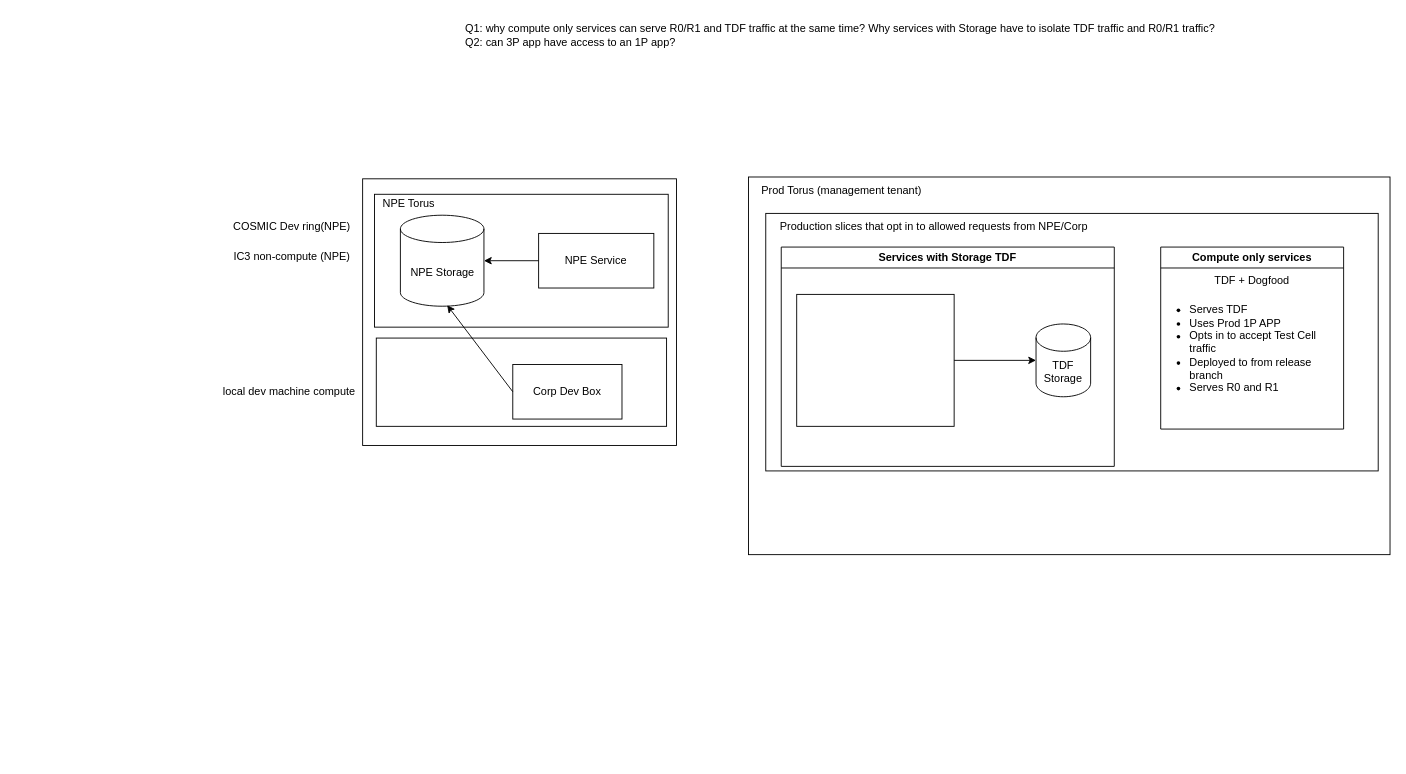
nonly/timewheel keeps this draw.io diagram as page "NPE-TDF concept" (3 of 4) of 未命名绘图.drawio. Above is the earlier version. Source tidied: cells renumbered, new cells numbered last; positions are measured from the earlier drawing's top-left corner, leaving out a move shared by most shapes. Both pictures are drawn from the tidied source at 91%, with x=0, y=0 at pixel (216, 21).
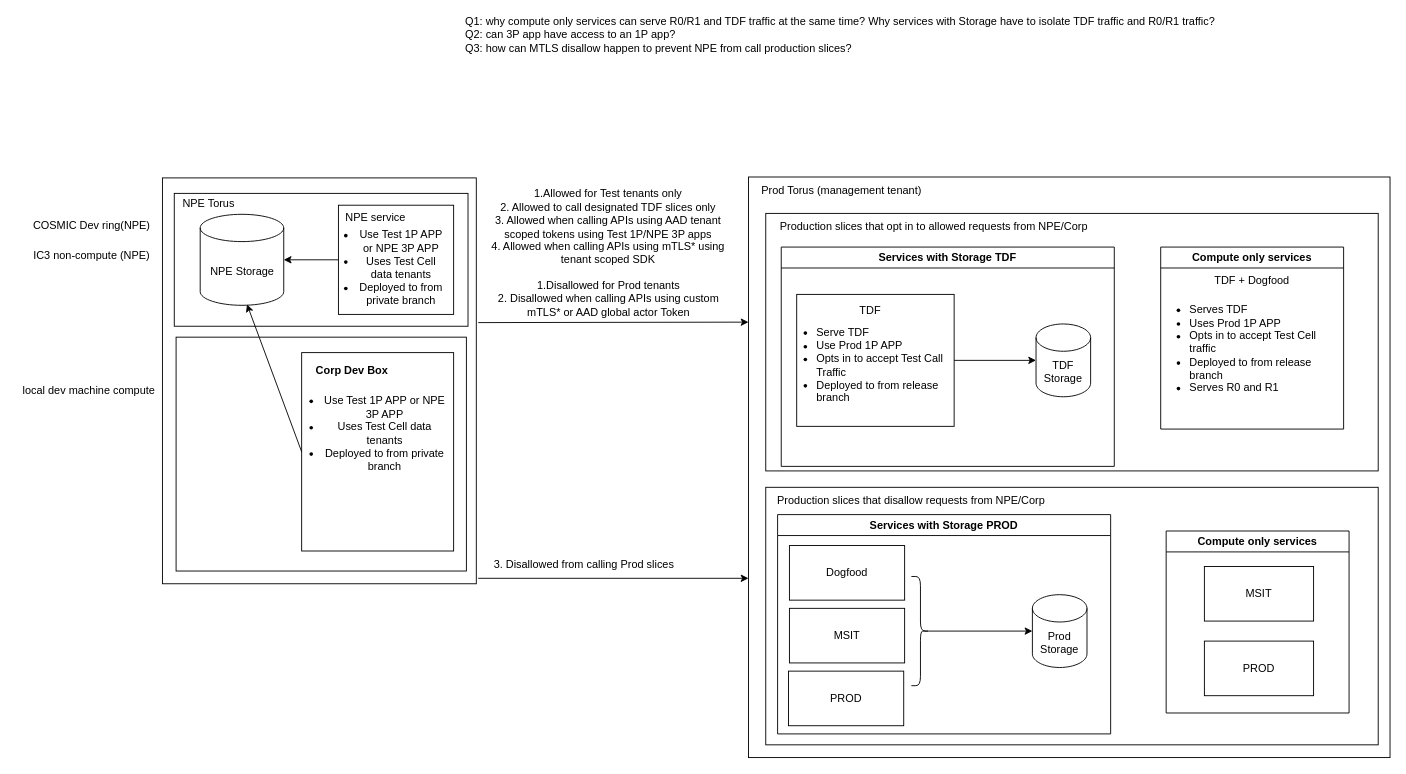
Above is the later version.

Commit message:
Update 未命名绘图.drawio

The change refers to these unchanged cells:
```xml
<mxCell id="19" value="Services with Storage TDF" style="swimlane;whiteSpace=wrap;html=1;" parent="1" vertex="1">
  <mxGeometry x="621" y="248" width="366" height="241" as="geometry" />
</mxCell>
```

What changed in the source:
```diff
@@
     <mxCell id="2" style="rounded=0;whiteSpace=wrap;html=1;" parent="1" vertex="1">
-      <mxGeometry x="585" y="171" width="705" height="415" as="geometry" />
+      <mxGeometry x="585" y="171" width="705" height="638" as="geometry" />
     </mxCell>
     <mxCell id="3" style="rounded=0;whiteSpace=wrap;html=1;" parent="1" vertex="1">
-      <mxGeometry x="161" y="173" width="344.9" height="293" as="geometry" />
+      <mxGeometry x="-59" y="172" width="344.9" height="446" as="geometry" />
     </mxCell>
     <mxCell id="4" value="COSMIC Dev ring(NPE)" style="text;html=1;align=center;verticalAlign=middle;whiteSpace=wrap;rounded=0;" parent="1" vertex="1">
-      <mxGeometry x="15" y="211" width="137" height="30" as="geometry" />
+      <mxGeometry x="-205" y="210" width="137" height="30" as="geometry" />
     </mxCell>
     <mxCell id="5" style="group;" parent="1" vertex="1">
-      <mxGeometry x="174" y="190" width="327" height="276" as="geometry" />
+      <mxGeometry x="-46" y="189" width="327" height="276" as="geometry" />
     </mxCell>
@@
-    <mxCell id="8" value="NPE Service" style="rounded=0;whiteSpace=wrap;html=1;" parent="5" vertex="1">
-      <mxGeometry x="180.4" y="43" width="126.6" height="60" as="geometry" />
+    <mxCell id="8" style="rounded=0;whiteSpace=wrap;html=1;" parent="5" vertex="1">
+      <mxGeometry x="180.4" y="13" width="126.6" height="120" as="geometry" />
     </mxCell>
@@
+    <mxCell id="27" value="NPE service" style="text;html=1;align=center;verticalAlign=middle;whiteSpace=wrap;rounded=0;" parent="5" vertex="1">
+      <mxGeometry x="180" y="12" width="83" height="30" as="geometry" />
+    </mxCell>
+    <mxCell id="28" value="&lt;ul&gt;&lt;li&gt;Use Test 1P APP or NPE 3P APP&lt;/li&gt;&lt;li&gt;Uses Test Cell data tenants&lt;/li&gt;&lt;li&gt;Deployed to from private branch&lt;/li&gt;&lt;/ul&gt;" style="text;html=1;align=center;verticalAlign=middle;whiteSpace=wrap;rounded=0;" parent="5" vertex="1">
+      <mxGeometry x="160" y="67" width="139" height="30" as="geometry" />
+    </mxCell>
     <mxCell id="11" value="IC3 non-compute (NPE)" style="text;html=1;align=center;verticalAlign=middle;whiteSpace=wrap;rounded=0;" parent="1" vertex="1">
-      <mxGeometry x="15" y="244" width="137" height="30" as="geometry" />
+      <mxGeometry x="-205" y="243" width="137" height="30" as="geometry" />
     </mxCell>
     <mxCell id="12" style="rounded=0;whiteSpace=wrap;html=1;" parent="1" vertex="1">
-      <mxGeometry x="176" y="348" width="319" height="97" as="geometry" />
+      <mxGeometry x="-44" y="347" width="319" height="257" as="geometry" />
     </mxCell>
-    <mxCell id="13" value="Corp Dev Box" style="rounded=0;whiteSpace=wrap;html=1;" parent="1" vertex="1">
-      <mxGeometry x="326" y="377" width="120" height="60" as="geometry" />
+    <mxCell id="13" style="rounded=0;whiteSpace=wrap;html=1;" parent="1" vertex="1">
+      <mxGeometry x="94" y="364" width="167" height="218" as="geometry" />
     </mxCell>
@@
     <mxCell id="15" value="local dev machine compute" style="text;html=1;align=center;verticalAlign=middle;whiteSpace=wrap;rounded=0;" parent="1" vertex="1">
-      <mxGeometry y="392" width="161" height="30" as="geometry" />
+      <mxGeometry x="-220" y="391" width="161" height="30" as="geometry" />
     </mxCell>
@@
+    <mxCell id="29" value="TDF" style="text;html=1;align=center;verticalAlign=middle;whiteSpace=wrap;rounded=0;" parent="19" vertex="1">
+      <mxGeometry x="68" y="55" width="60" height="30" as="geometry" />
+    </mxCell>
+    <mxCell id="30" value="&lt;ul&gt;&lt;li&gt;Serve TDF&lt;/li&gt;&lt;li&gt;Use Prod 1P APP&lt;/li&gt;&lt;li&gt;Opts in to accept Test Call Traffic&lt;/li&gt;&lt;li&gt;Deployed to from release branch&lt;/li&gt;&lt;/ul&gt;" style="text;html=1;align=left;verticalAlign=middle;whiteSpace=wrap;rounded=0;" parent="19" vertex="1">
+      <mxGeometry x="-3" y="115" width="198" height="30" as="geometry" />
+    </mxCell>
@@
-    <mxCell id="26" value="Q1: why compute only services can serve R0/R1 and TDF traffic at the same time? Why services with Storage have to isolate TDF traffic and R0/R1 traffic?&lt;div&gt;Q2: can 3P app have access to an 1P app?&lt;/div&gt;" style="text;html=1;align=left;verticalAlign=middle;whiteSpace=wrap;rounded=0;" parent="1" vertex="1">
+    <mxCell id="26" value="Q1: why compute only services can serve R0/R1 and TDF traffic at the same time? Why services with Storage have to isolate TDF traffic and R0/R1 traffic?&lt;div&gt;Q2: can 3P app have access to an 1P app?&lt;/div&gt;&lt;div&gt;Q3: how can MTLS disallow happen to prevent NPE from call production slices?&amp;nbsp;&amp;nbsp;&lt;/div&gt;" style="text;html=1;align=left;verticalAlign=middle;whiteSpace=wrap;rounded=0;" parent="1" vertex="1">
       <mxGeometry x="272" width="875" height="30" as="geometry" />
     </mxCell>
+    <mxCell id="31" style="rounded=0;whiteSpace=wrap;html=1;" parent="1" vertex="1">
+      <mxGeometry x="604" y="512" width="673" height="283" as="geometry" />
+    </mxCell>
+    <mxCell id="32" value="Production slices that disallow requests from NPE/Corp" style="text;html=1;align=center;verticalAlign=middle;whiteSpace=wrap;rounded=0;" parent="1" vertex="1">
+      <mxGeometry x="588" y="512" width="352" height="30" as="geometry" />
+    </mxCell>
+    <mxCell id="33" value="Services with Storage PROD" style="swimlane;whiteSpace=wrap;html=1;" parent="1" vertex="1">
+      <mxGeometry x="617" y="542" width="366" height="241" as="geometry" />
+    </mxCell>
+    <mxCell id="34" value="Prod Storage" style="shape=cylinder3;whiteSpace=wrap;html=1;boundedLbl=1;backgroundOutline=1;size=15;" parent="33" vertex="1">
+      <mxGeometry x="280" y="88" width="60" height="80" as="geometry" />
+    </mxCell>
+    <mxCell id="35" value="PROD" style="rounded=0;whiteSpace=wrap;html=1;" parent="33" vertex="1">
+      <mxGeometry x="12" y="172" width="126.6" height="60" as="geometry" />
+    </mxCell>
+    <mxCell id="36" style="shape=curlyBracket;whiteSpace=wrap;html=1;rounded=1;flipH=1;labelPosition=right;verticalLabelPosition=middle;align=left;verticalAlign=middle;" parent="33" vertex="1">
+      <mxGeometry x="147" y="68" width="20" height="120" as="geometry" />
+    </mxCell>
+    <mxCell id="37" style="endArrow=classic;html=1;rounded=0;entryX=0;entryY=0.5;entryDx=0;entryDy=0;entryPerimeter=0;exitX=0.1;exitY=0.5;exitDx=0;exitDy=0;exitPerimeter=0;" parent="33" edge="1" source="36" target="34">
+      <mxGeometry relative="1" as="geometry" />
+    </mxCell>
+    <mxCell id="38" value="Dogfood" style="rounded=0;whiteSpace=wrap;html=1;" parent="1" vertex="1">
+      <mxGeometry x="630" y="576" width="126.6" height="60" as="geometry" />
+    </mxCell>
+    <mxCell id="39" value="MSIT" style="rounded=0;whiteSpace=wrap;html=1;" parent="1" vertex="1">
+      <mxGeometry x="630" y="645" width="126.6" height="60" as="geometry" />
+    </mxCell>
+    <mxCell id="40" value="Compute only services" style="swimlane;whiteSpace=wrap;html=1;" parent="1" vertex="1">
+      <mxGeometry x="1044" y="560" width="201" height="200" as="geometry" />
+    </mxCell>
+    <mxCell id="41" value="MSIT" style="rounded=0;whiteSpace=wrap;html=1;" parent="40" vertex="1">
+      <mxGeometry x="42" y="39" width="120" height="60" as="geometry" />
+    </mxCell>
+    <mxCell id="42" value="PROD" style="rounded=0;whiteSpace=wrap;html=1;" parent="40" vertex="1">
+      <mxGeometry x="42" y="121" width="120" height="60" as="geometry" />
+    </mxCell>
+    <mxCell id="43" value="&lt;b&gt;Corp Dev Box&lt;/b&gt;" style="text;html=1;align=center;verticalAlign=middle;whiteSpace=wrap;rounded=0;" parent="1" vertex="1">
+      <mxGeometry x="103" y="369" width="93" height="30" as="geometry" />
+    </mxCell>
+    <mxCell id="44" value="&lt;ul&gt;&lt;li&gt;Use Test 1P APP or NPE 3P APP&lt;/li&gt;&lt;li&gt;Uses Test Cell data tenants&lt;/li&gt;&lt;li&gt;Deployed to from private branch&lt;/li&gt;&lt;/ul&gt;" style="text;html=1;align=center;verticalAlign=middle;whiteSpace=wrap;rounded=0;" parent="1" vertex="1">
+      <mxGeometry x="76" y="438" width="179" height="30" as="geometry" />
+    </mxCell>
+    <mxCell id="45" value="1.Allowed for Test tenants only&lt;div&gt;2. Allowed to call designated TDF slices only&lt;/div&gt;&lt;div&gt;3. Allowed when calling APIs using AAD tenant scoped tokens using Test 1P/NPE 3P apps&lt;/div&gt;&lt;div&gt;4. Allowed when calling APIs using mTLS* using tenant scoped SDK&lt;/div&gt;" style="text;html=1;align=center;verticalAlign=middle;whiteSpace=wrap;rounded=0;" parent="1" vertex="1">
+      <mxGeometry x="301" y="211" width="260" height="30" as="geometry" />
+    </mxCell>
+    <mxCell id="46" style="endArrow=classic;html=1;rounded=0;entryX=0;entryY=0.25;entryDx=0;entryDy=0;" parent="1" edge="1" target="2">
+      <mxGeometry relative="1" as="geometry">
+        <mxPoint x="288" y="331" as="sourcePoint" />
+      </mxGeometry>
+    </mxCell>
+    <mxCell id="47" value="1.Disallowed for Prod tenants&lt;div&gt;2. Disallowed when calling APIs using custom mTLS* or AAD global actor Token&lt;/div&gt;" style="text;html=1;align=center;verticalAlign=middle;whiteSpace=wrap;rounded=0;" parent="1" vertex="1">
+      <mxGeometry x="303.5" y="290" width="255" height="30" as="geometry" />
+    </mxCell>
+    <mxCell id="48" style="endArrow=classic;html=1;rounded=0;entryX=0;entryY=0.25;entryDx=0;entryDy=0;" parent="1" edge="1">
+      <mxGeometry relative="1" as="geometry">
+        <mxPoint x="288" y="612" as="sourcePoint" />
+        <mxPoint x="585" y="612" as="targetPoint" />
+      </mxGeometry>
+    </mxCell>
+    <mxCell id="49" value="3. Disallowed from calling Prod slices" style="text;html=1;align=center;verticalAlign=middle;whiteSpace=wrap;rounded=0;" parent="1" vertex="1">
+      <mxGeometry x="295" y="582" width="219" height="30" as="geometry" />
+    </mxCell>
```
